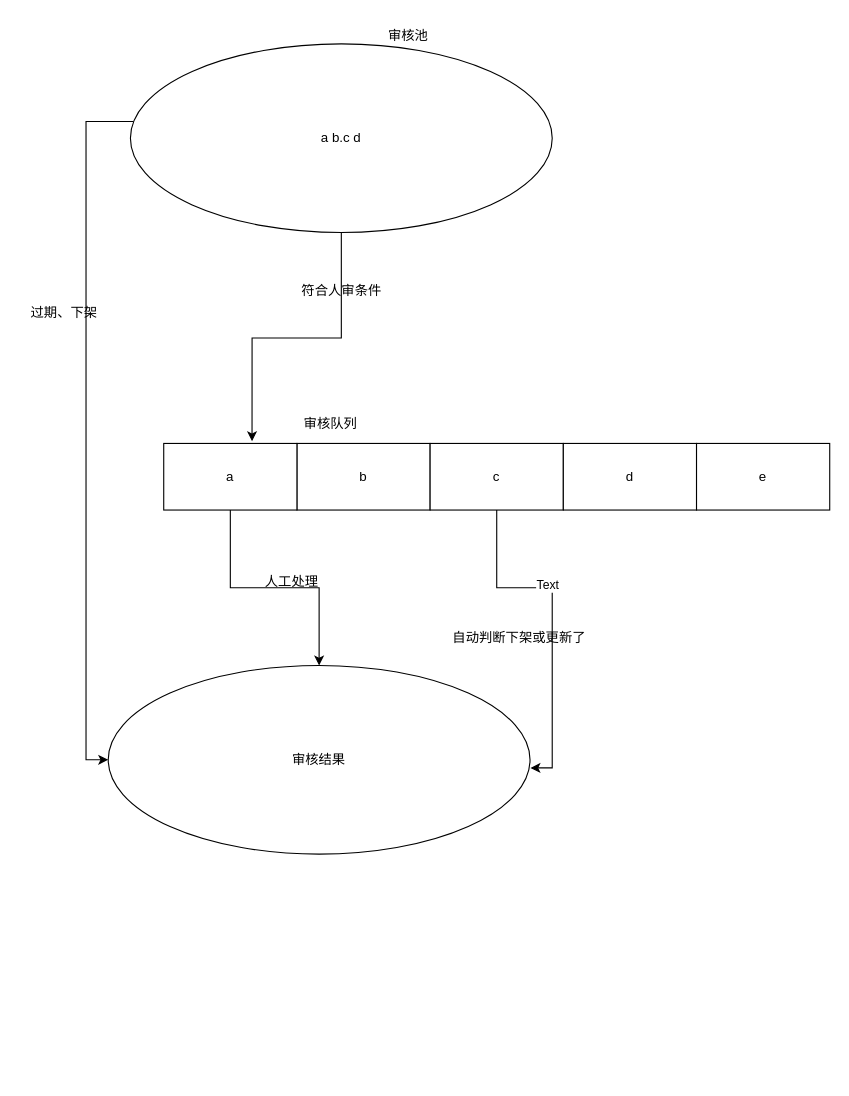
The draw.io diagram review.drawio in onlyonedaniel/wiki, before the edit. Source tidied: cells renumbered, new cells numbered last; positions are measured from the earlier drawing's top-left corner, leaving out a move shared by most shapes. Both pictures are drawn from the tidied source at 111%, with x=0, y=0 at pixel (19, 19).
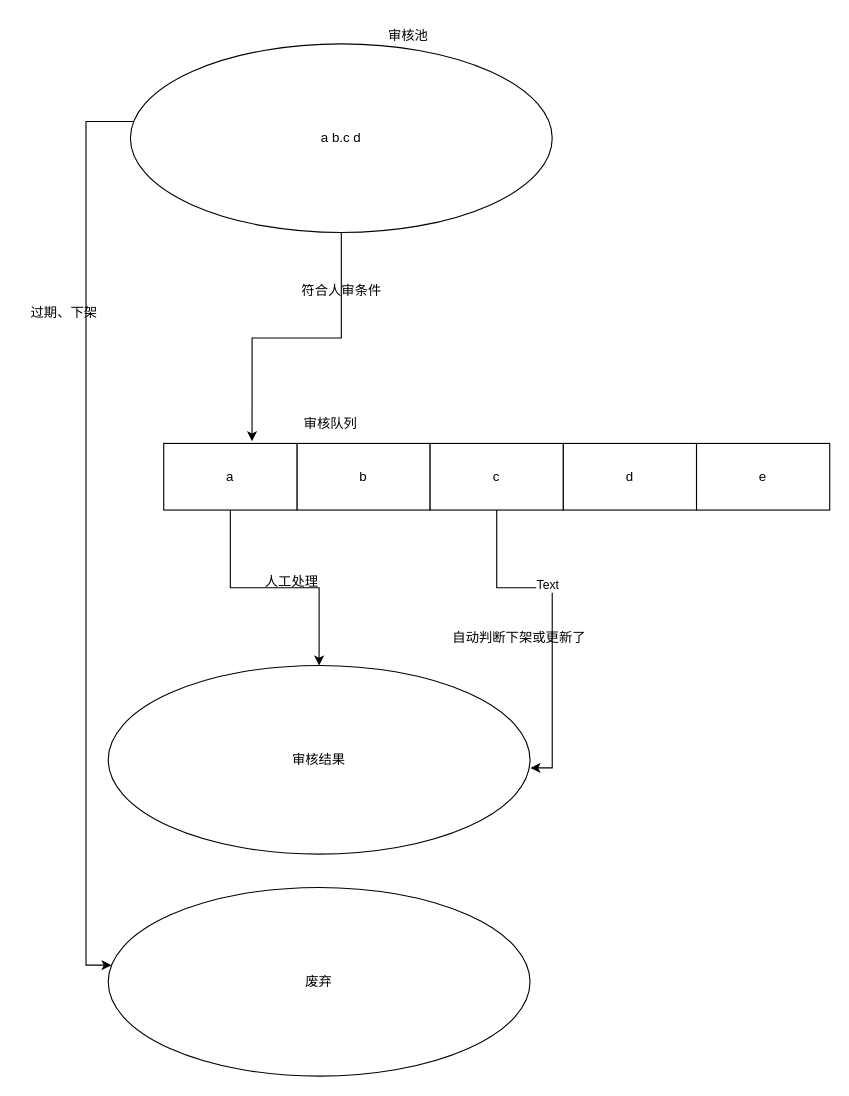
The same diagram, later.

Unchanged cells that the change refers to:
```xml
<mxCell id="9" value="a b.c d" style="ellipse;whiteSpace=wrap;html=1;" parent="1" vertex="1">
  <mxGeometry x="100" y="22" width="380" height="170" as="geometry" />
</mxCell>
<mxCell id="11" value="审核结果" style="ellipse;whiteSpace=wrap;html=1;" parent="1" vertex="1">
  <mxGeometry x="80" y="582" width="380" height="170" as="geometry" />
</mxCell>
```

Change to the diagram source:
```diff
@@
-    <mxCell id="8" style="edgeStyle=orthogonalEdgeStyle;rounded=0;jettySize=auto;html=1;entryX=0;entryY=0.5;entryDx=0;entryDy=0;" parent="1" edge="1" source="9" target="11">
+    <mxCell id="8" style="edgeStyle=orthogonalEdgeStyle;rounded=0;jettySize=auto;html=1;" parent="1" edge="1" source="9" target="20">
       <mxGeometry relative="1" as="geometry">
         <Array as="points">
           <mxPoint x="60" y="92" />
-          <mxPoint x="60" y="667" />
+          <mxPoint x="60" y="852" />
         </Array>
       </mxGeometry>
     </mxCell>
@@
+    <mxCell id="20" value="废弃" style="ellipse;whiteSpace=wrap;html=1;" parent="1" vertex="1">
+      <mxGeometry x="80" y="782" width="380" height="170" as="geometry" />
+    </mxCell>
```
